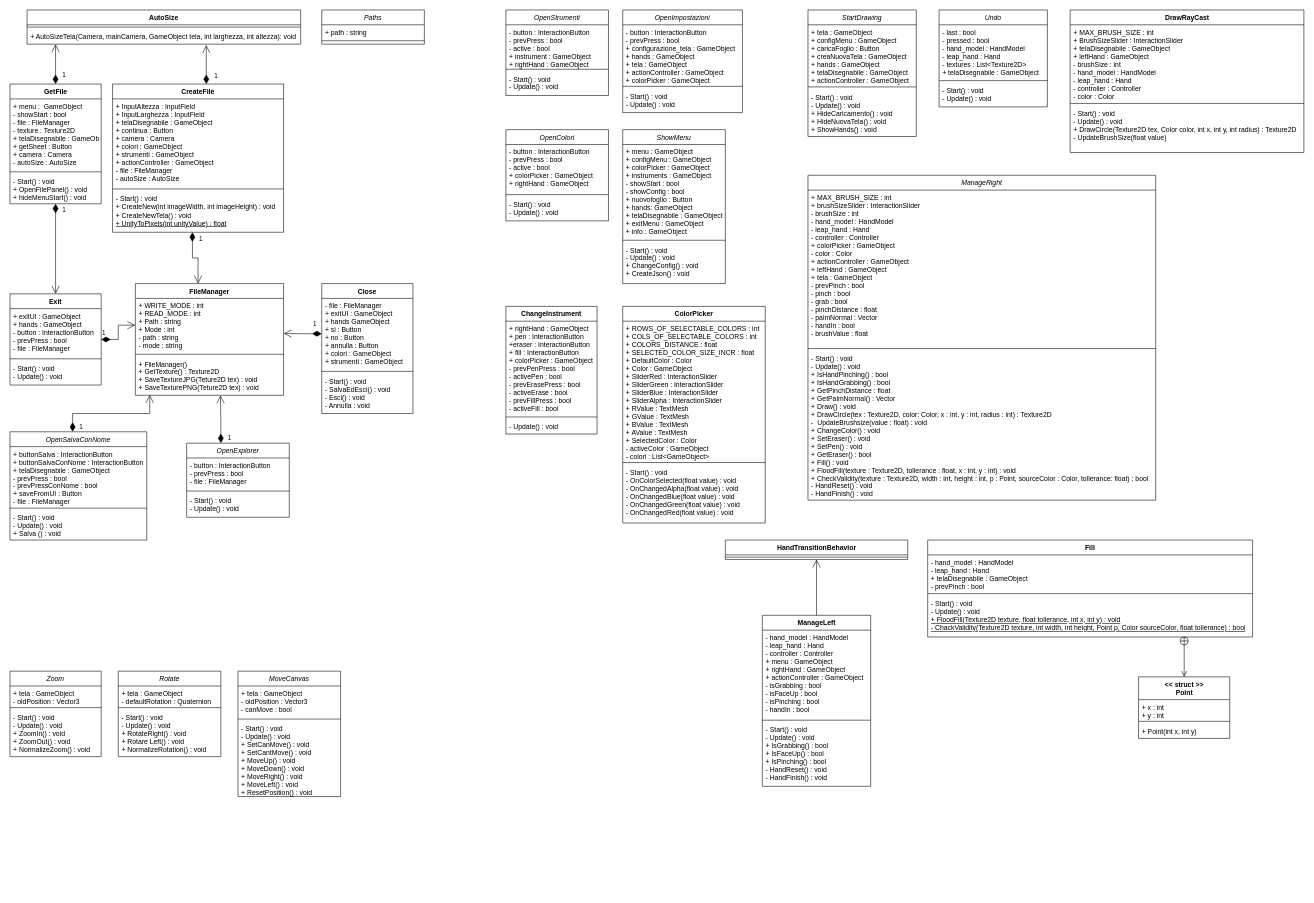
LuMug/VirtualPainter keeps this draw.io diagram as Documentazione/ClassDiagram.drawio. Above is the earlier version. Source tidied: cells renumbered, new cells numbered last; positions are measured from the earlier drawing's top-left corner, leaving out a move shared by most shapes. Both pictures are drawn from the tidied source at 57%, with x=0, y=0 at pixel (10, 10).
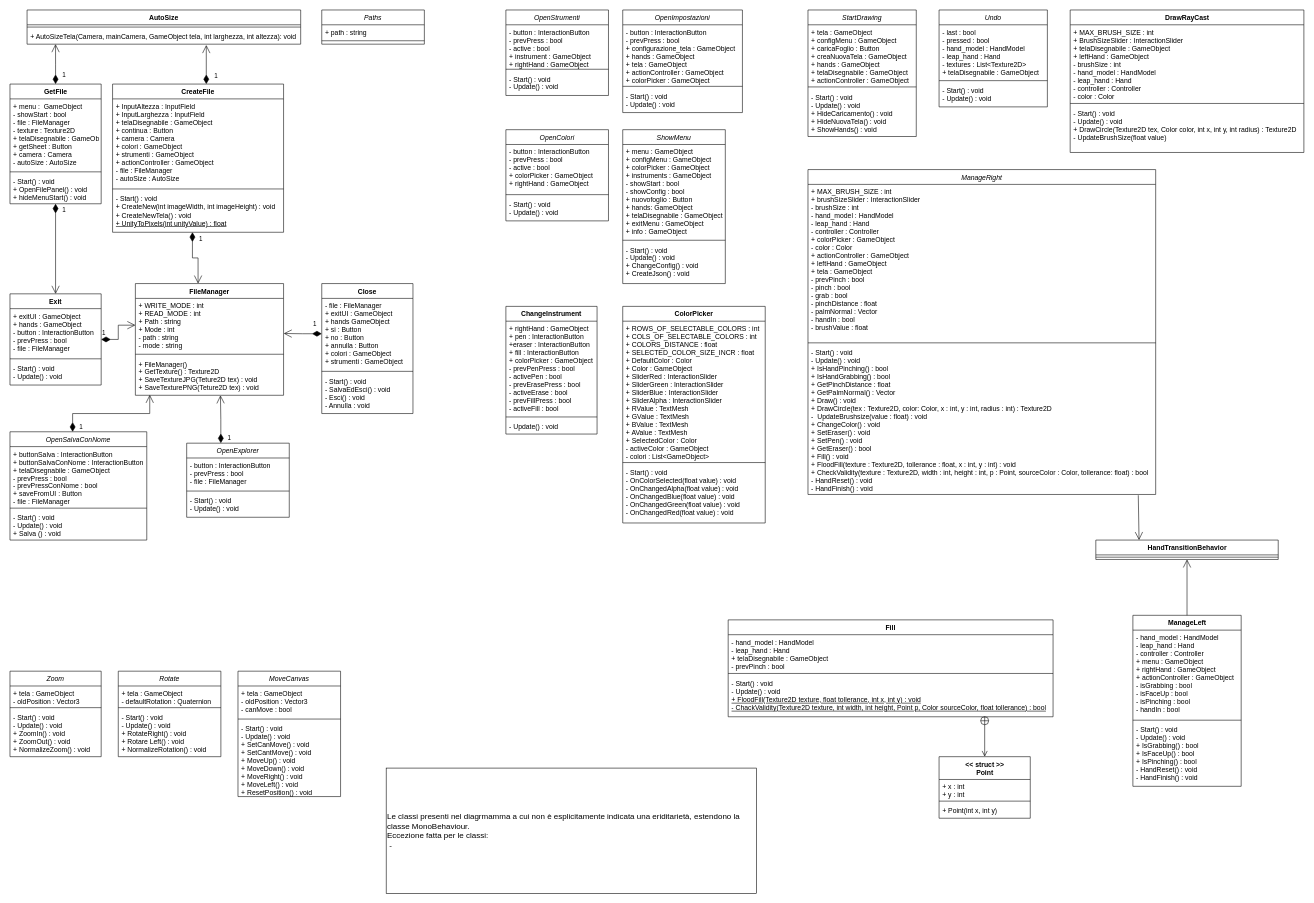
After the change.

Commit message:
Update ClassDiagram.drawio Didascalia (incompleta)

Unchanged cells that the change refers to:
```xml
<mxCell id="105" value="- Start() : void&#10;- Update() : void&#10;+ IsHandPinching() : bool&#10;+ IsHandGrabbing() : bool&#10;+ GetPinchDistance : float&#10;+ GetPalmNormal() : Vector&#10;+ Draw() : void&#10;+ DrawCircle(tex : Texture2D, color: Color, x : int, y : int, radius : int) : Texture2D&#10;-  UpdateBrushsize(value : float) : void&#10;+ ChangeColor() : void&#10;+ SetEraser() : void&#10;+ SetPen() : void&#10;+ GetEraser() : bool&#10;+ Fill() : void&#10;+ FloodFill(texture : Texture2D, tollerance : float, x : int, y : int) : void&#10;+ CheckValidity(texture : Texture2D, width : int, height : int, p : Point, sourceColor : Color, tollerance: float) : bool&#10;- HandReset() : void&#10;- HandFinish() : void" style="text;align=left;verticalAlign=top;spacingLeft=4;spacingRight=4;overflow=hidden;points=[[0,0.5],[1,0.5]];portConstraint=eastwest;" parent="102" vertex="1">
  <mxGeometry y="308" width="610" height="262" as="geometry" />
</mxCell>
```

What changed in the source:
```diff
@@
     <mxCell id="34" value="Fill" style="swimlane;fontStyle=1;align=center;verticalAlign=top;horizontal=1;startSize=26;" parent="1" vertex="1">
-      <mxGeometry x="1610" y="930" width="570" height="170" as="geometry" />
+      <mxGeometry x="1260" y="1070" width="570" height="170" as="geometry" />
     </mxCell>
@@
     <mxCell id="38" value="&amp;lt;&amp;lt; struct &amp;gt;&amp;gt;&lt;br&gt;Point" style="swimlane;fontStyle=1;align=center;verticalAlign=top;horizontal=1;startSize=40;html=1;" parent="1" vertex="1">
-      <mxGeometry x="1980" y="1170" width="160" height="108" as="geometry" />
+      <mxGeometry x="1630" y="1310" width="160" height="108" as="geometry" />
     </mxCell>
@@
     <mxCell id="42" style="endArrow=open;startArrow=circlePlus;endFill=0;startFill=0;endSize=8;html=1;entryX=0.5;entryY=0;entryDx=0;entryDy=0;entryPerimeter=0;" parent="1" edge="1" target="38">
       <mxGeometry relative="1" as="geometry">
-        <mxPoint x="2060" y="1099" as="sourcePoint" />
+        <mxPoint x="1710" y="1239" as="sourcePoint" />
       </mxGeometry>
     </mxCell>
@@
     <mxCell id="47" value="ManageLeft" style="swimlane;fontStyle=1;align=center;verticalAlign=top;horizontal=1;startSize=26;html=1;" parent="1" vertex="1">
-      <mxGeometry x="1320" y="1062" width="190" height="300" as="geometry" />
+      <mxGeometry x="1970" y="1062" width="190" height="300" as="geometry" />
     </mxCell>
@@
     <mxCell id="51" value="HandTransitionBehavior" style="swimlane;fontStyle=1;align=center;verticalAlign=top;horizontal=1;startSize=26;html=1;" parent="1" vertex="1">
-      <mxGeometry x="1255" y="930" width="320" height="34" as="geometry" />
+      <mxGeometry x="1905" y="930" width="320" height="34" as="geometry" />
     </mxCell>
@@
     <mxCell id="102" value="ManageRight" style="swimlane;fontStyle=2;align=center;verticalAlign=top;horizontal=1;startSize=26;rounded=0;shadow=0;strokeWidth=1;" parent="1" vertex="1">
-      <mxGeometry x="1400" y="290" width="610" height="570" as="geometry" />
+      <mxGeometry x="1400" y="280" width="610" height="570" as="geometry" />
     </mxCell>
@@
+    <mxCell id="112" style="endArrow=open;endFill=1;endSize=12;html=1;entryX=0.237;entryY=-0.001;entryDx=0;entryDy=0;entryPerimeter=0;exitX=0.95;exitY=1.005;exitDx=0;exitDy=0;exitPerimeter=0;" parent="1" edge="1" source="105" target="51">
+      <mxGeometry relative="1" as="geometry" />
+    </mxCell>
+    <mxCell id="113" value="&lt;div align=&quot;left&quot;&gt;Le classi presenti nel diagrmamma a cui non è esplicitamente indicata una eriditarietà, estendono la classe MonoBehaviour.&lt;/div&gt;&lt;div align=&quot;left&quot;&gt;Eccezione fatta per le classi:&lt;/div&gt;&lt;div align=&quot;left&quot;&gt;&amp;nbsp;- &lt;br&gt;&lt;/div&gt;" style="rounded=0;strokeWidth=1;fontSize=14;align=left;whiteSpace=wrap;html=1;labelBorderColor=none;labelBackgroundColor=none;" parent="1" vertex="1">
+      <mxGeometry x="660" y="1330" width="650" height="220" as="geometry" />
+    </mxCell>
```
